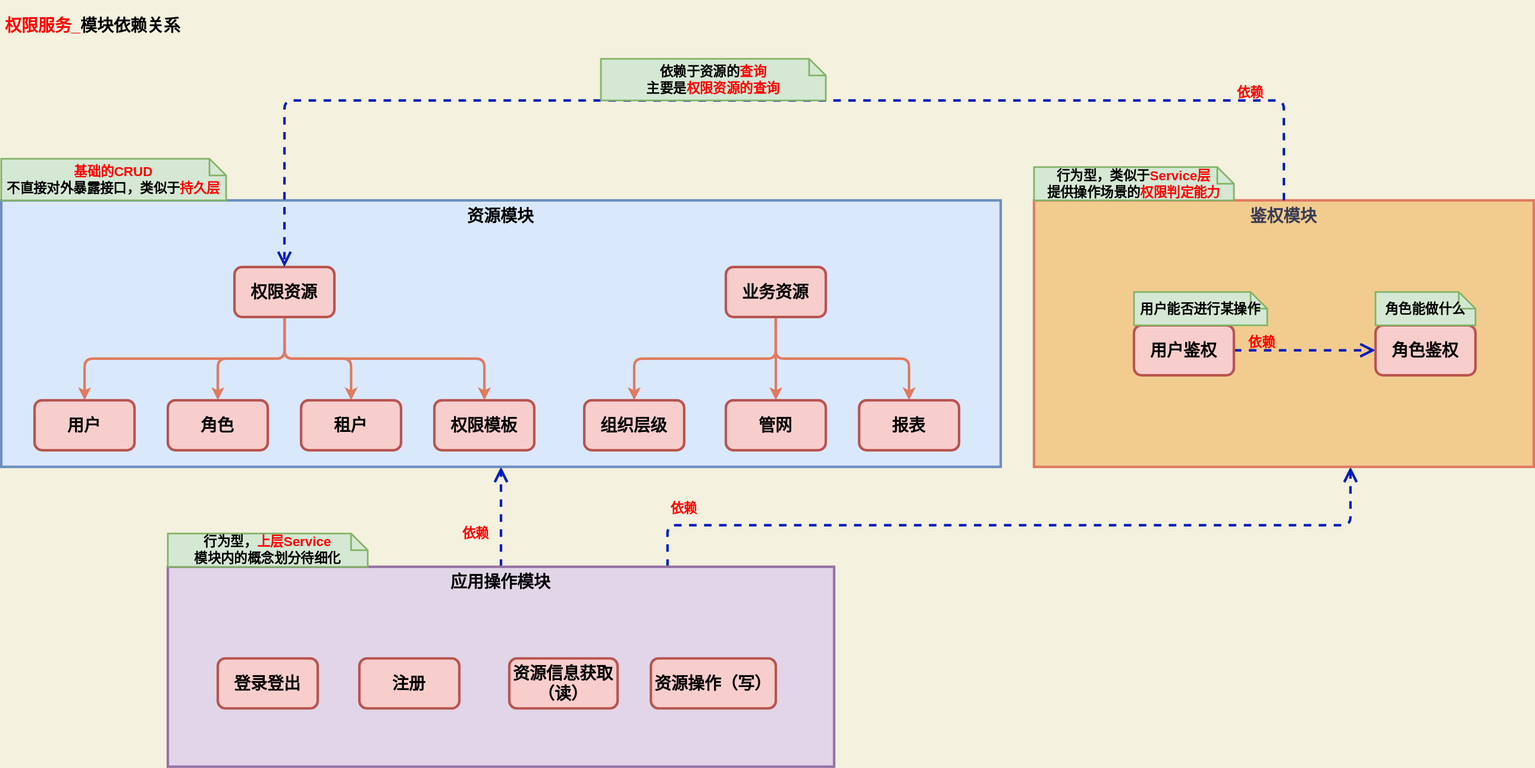
Jinhua-Lee/Learning keeps this draw.io diagram as src/main/resources/images/design/auth/16_权限服务_模块依赖关系.svg. Above is the earlier version. Source tidied: cells renumbered, new cells last; positions are measured from the earlier drawing's top-left corner, leaving out a move shared by most shapes.
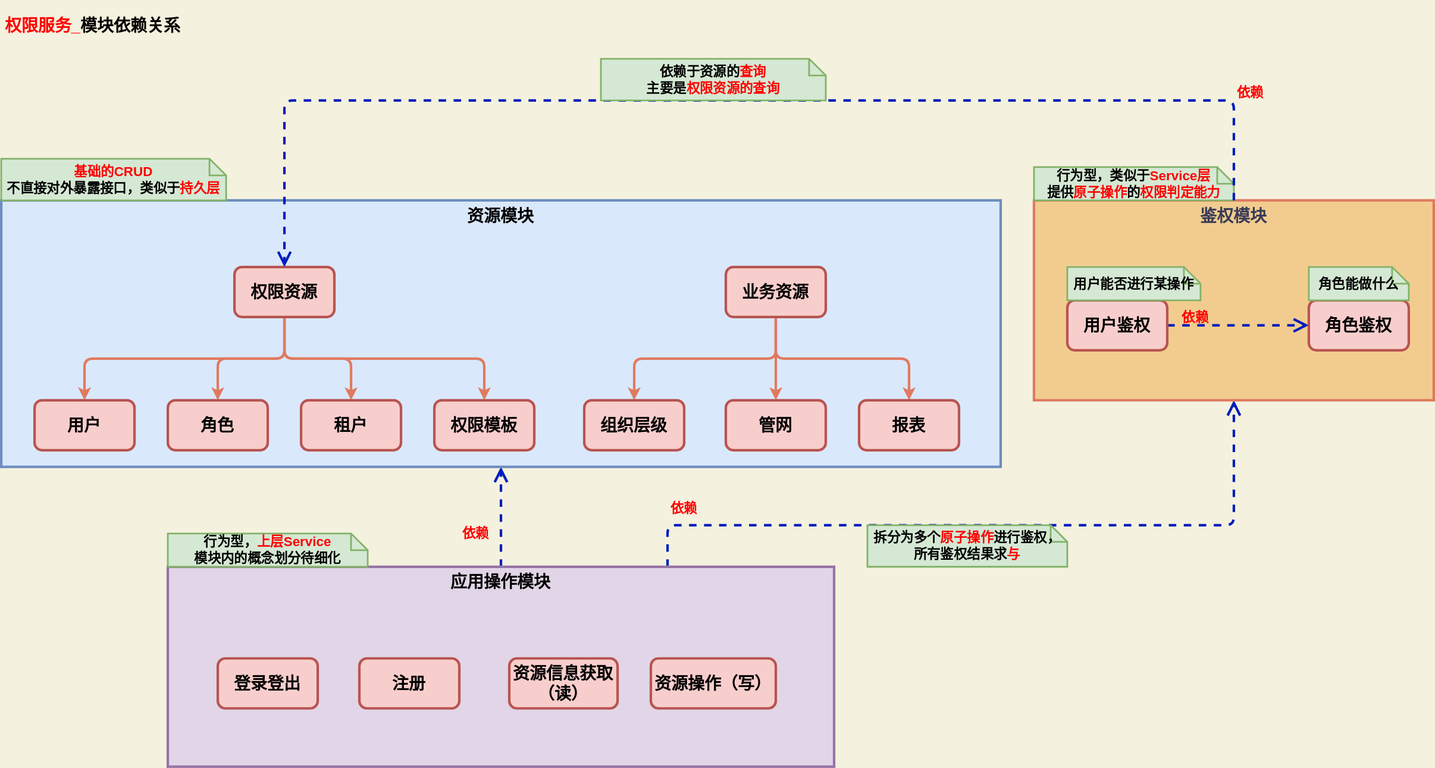
Later version of the same file.

Change to the diagram source:
```diff
@@ -8,11 +8,11 @@
     <mxCell id="3" style="edgeStyle=orthogonalEdgeStyle;curved=0;sketch=0;jettySize=auto;html=1;entryX=0.5;entryY=1;entryDx=0;entryDy=0;dashed=1;endArrow=open;endSize=12;strokeColor=#001DBC;strokeWidth=3;fillColor=#0050ef;fontColor=#393C56;" parent="1" edge="1" source="5" target="7">
       <mxGeometry relative="1" as="geometry" />
     </mxCell>
-    <mxCell id="4" style="edgeStyle=orthogonalEdgeStyle;curved=0;sketch=0;jettySize=auto;html=1;dashed=1;endArrow=open;endSize=12;strokeColor=#001DBC;strokeWidth=3;fillColor=#0050ef;fontColor=#393C56;exitX=0.75;exitY=0;exitDx=0;exitDy=0;" parent="1" edge="1" source="5" target="6">
+    <mxCell id="4" style="edgeStyle=orthogonalEdgeStyle;curved=0;sketch=0;jettySize=auto;html=1;dashed=1;endArrow=open;endSize=12;strokeColor=#001DBC;strokeWidth=3;fillColor=#0050ef;fontColor=#393C56;exitX=0.75;exitY=0;exitDx=0;exitDy=0;entryX=0.5;entryY=1;entryDx=0;entryDy=0;" parent="1" edge="1" source="5" target="6">
       <mxGeometry relative="1" as="geometry">
         <Array as="points">
           <mxPoint x="800" y="630" />
-          <mxPoint x="1620" y="630" />
+          <mxPoint x="1480" y="630" />
         </Array>
       </mxGeometry>
     </mxCell>
@@ -20,7 +20,7 @@
       <mxGeometry x="200" y="680" width="800" height="240" as="geometry" />
     </mxCell>
     <mxCell id="6" value="&lt;font style=&quot;font-size: 20px&quot;&gt;&lt;b&gt;鉴权模块&lt;/b&gt;&lt;/font&gt;" style="rounded=0;whiteSpace=wrap;html=1;sketch=0;strokeColor=#E07A5F;strokeWidth=3;fillColor=#F2CC8F;fontColor=#393C56;verticalAlign=top;" parent="1" vertex="1">
-      <mxGeometry x="1240" y="240" width="600" height="320" as="geometry" />
+      <mxGeometry x="1240" y="240" width="480" height="240" as="geometry" />
     </mxCell>
     <mxCell id="7" value="&lt;span style=&quot;font-size: 20px&quot;&gt;&lt;b&gt;资源模块&lt;/b&gt;&lt;/span&gt;" style="rounded=0;whiteSpace=wrap;html=1;sketch=0;strokeColor=#6c8ebf;strokeWidth=3;fillColor=#dae8fc;verticalAlign=top;" parent="1" vertex="1">
       <mxGeometry y="240" width="1200" height="320" as="geometry" />
@@ -105,27 +105,27 @@
       <mxGeometry relative="1" as="geometry" />
     </mxCell>
     <mxCell id="26" value="&lt;font style=&quot;font-size: 20px&quot;&gt;&lt;b&gt;用户鉴权&lt;/b&gt;&lt;/font&gt;" style="rounded=1;whiteSpace=wrap;html=1;sketch=0;strokeColor=#b85450;strokeWidth=3;fillColor=#f8cecc;" parent="1" vertex="1">
-      <mxGeometry x="1360" y="390" width="120" height="60" as="geometry" />
+      <mxGeometry x="1280" y="360" width="120" height="60" as="geometry" />
     </mxCell>
     <mxCell id="27" value="&lt;span style=&quot;font-size: 20px&quot;&gt;&lt;b&gt;角色鉴权&lt;/b&gt;&lt;/span&gt;" style="rounded=1;whiteSpace=wrap;html=1;sketch=0;strokeColor=#b85450;strokeWidth=3;fillColor=#f8cecc;" parent="1" vertex="1">
-      <mxGeometry x="1650" y="390" width="120" height="60" as="geometry" />
+      <mxGeometry x="1570" y="360" width="120" height="60" as="geometry" />
     </mxCell>
     <mxCell id="28" value="&lt;font style=&quot;font-size: 16px&quot; color=&quot;#ff0000&quot;&gt;&lt;b&gt;依赖&lt;/b&gt;&lt;/font&gt;" style="text;html=1;strokeColor=none;fillColor=none;align=center;verticalAlign=middle;whiteSpace=wrap;rounded=0;sketch=0;fontColor=#393C56;" parent="1" vertex="1">
-      <mxGeometry x="1494" y="400" width="40" height="20" as="geometry" />
+      <mxGeometry x="1414" y="370" width="40" height="20" as="geometry" />
     </mxCell>
     <mxCell id="29" value="&lt;span style=&quot;font-size: 16px&quot;&gt;&lt;b&gt;用户能否进行某操作&lt;/b&gt;&lt;/span&gt;" style="shape=note;strokeWidth=2;fontSize=14;size=20;whiteSpace=wrap;html=1;fillColor=#d5e8d4;strokeColor=#82b366;rounded=0;sketch=0;" parent="1" vertex="1">
-      <mxGeometry x="1360" y="350" width="160" height="40" as="geometry" />
+      <mxGeometry x="1280" y="320" width="160" height="40" as="geometry" />
     </mxCell>
     <mxCell id="30" value="&lt;span style=&quot;font-size: 16px&quot;&gt;&lt;b&gt;角色能做什么&lt;/b&gt;&lt;/span&gt;" style="shape=note;strokeWidth=2;fontSize=14;size=20;whiteSpace=wrap;html=1;fillColor=#d5e8d4;strokeColor=#82b366;rounded=0;sketch=0;" parent="1" vertex="1">
-      <mxGeometry x="1650" y="350" width="120" height="40" as="geometry" />
+      <mxGeometry x="1570" y="320" width="120" height="40" as="geometry" />
     </mxCell>
-    <mxCell id="31" value="&lt;span style=&quot;font-size: 16px&quot;&gt;&lt;b&gt;行为型，类似于&lt;font color=&quot;#ff0000&quot;&gt;Service层&lt;/font&gt;&lt;br&gt;提供操作场景的&lt;font color=&quot;#ff0000&quot;&gt;权限判定能力&lt;br&gt;&lt;/font&gt;&lt;/b&gt;&lt;/span&gt;" style="shape=note;strokeWidth=2;fontSize=14;size=20;whiteSpace=wrap;html=1;fillColor=#d5e8d4;strokeColor=#82b366;rounded=0;sketch=0;" parent="1" vertex="1">
+    <mxCell id="31" value="&lt;span style=&quot;font-size: 16px&quot;&gt;&lt;b&gt;行为型，类似于&lt;font color=&quot;#ff0000&quot;&gt;Service层&lt;/font&gt;&lt;br&gt;提供&lt;font color=&quot;#ff0000&quot;&gt;原子操作&lt;/font&gt;的&lt;font color=&quot;#ff0000&quot;&gt;权限判定能力&lt;br&gt;&lt;/font&gt;&lt;/b&gt;&lt;/span&gt;" style="shape=note;strokeWidth=2;fontSize=14;size=20;whiteSpace=wrap;html=1;fillColor=#d5e8d4;strokeColor=#82b366;rounded=0;sketch=0;" parent="1" vertex="1">
       <mxGeometry x="1240" y="200" width="240" height="40" as="geometry" />
     </mxCell>
     <mxCell id="32" style="edgeStyle=orthogonalEdgeStyle;curved=0;rounded=1;sketch=0;jettySize=auto;html=1;entryX=0.5;entryY=0;entryDx=0;entryDy=0;strokeColor=#001DBC;strokeWidth=3;fillColor=#0050ef;fontColor=#393C56;exitX=0.5;exitY=0;exitDx=0;exitDy=0;dashed=1;endArrow=open;endSize=12;" parent="1" edge="1" source="6" target="12">
       <mxGeometry relative="1" as="geometry">
         <Array as="points">
-          <mxPoint x="1540" y="120" />
+          <mxPoint x="1480" y="120" />
           <mxPoint x="340" y="120" />
         </Array>
       </mxGeometry>
@@ -157,5 +157,8 @@
     <mxCell id="41" value="&lt;font style=&quot;font-size: 20px&quot;&gt;&lt;b&gt;资源操作（写）&lt;/b&gt;&lt;/font&gt;" style="rounded=1;whiteSpace=wrap;html=1;sketch=0;strokeColor=#b85450;strokeWidth=3;fillColor=#f8cecc;" parent="1" vertex="1">
       <mxGeometry x="780" y="790" width="150" height="60" as="geometry" />
     </mxCell>
+    <mxCell id="42" value="&lt;span style=&quot;font-size: 16px&quot;&gt;&lt;b&gt;拆分为多个&lt;font color=&quot;#ff0000&quot;&gt;原子操作&lt;/font&gt;进行鉴权，&lt;br&gt;所有鉴权结果求&lt;font color=&quot;#ff0000&quot;&gt;与&lt;/font&gt;&lt;br&gt;&lt;/b&gt;&lt;/span&gt;" style="shape=note;strokeWidth=2;fontSize=14;size=20;whiteSpace=wrap;html=1;fillColor=#d5e8d4;strokeColor=#82b366;rounded=0;sketch=0;" parent="1" vertex="1">
+      <mxGeometry x="1040" y="630" width="240" height="50" as="geometry" />
+    </mxCell>
   </root>
 </mxGraphModel>
```
